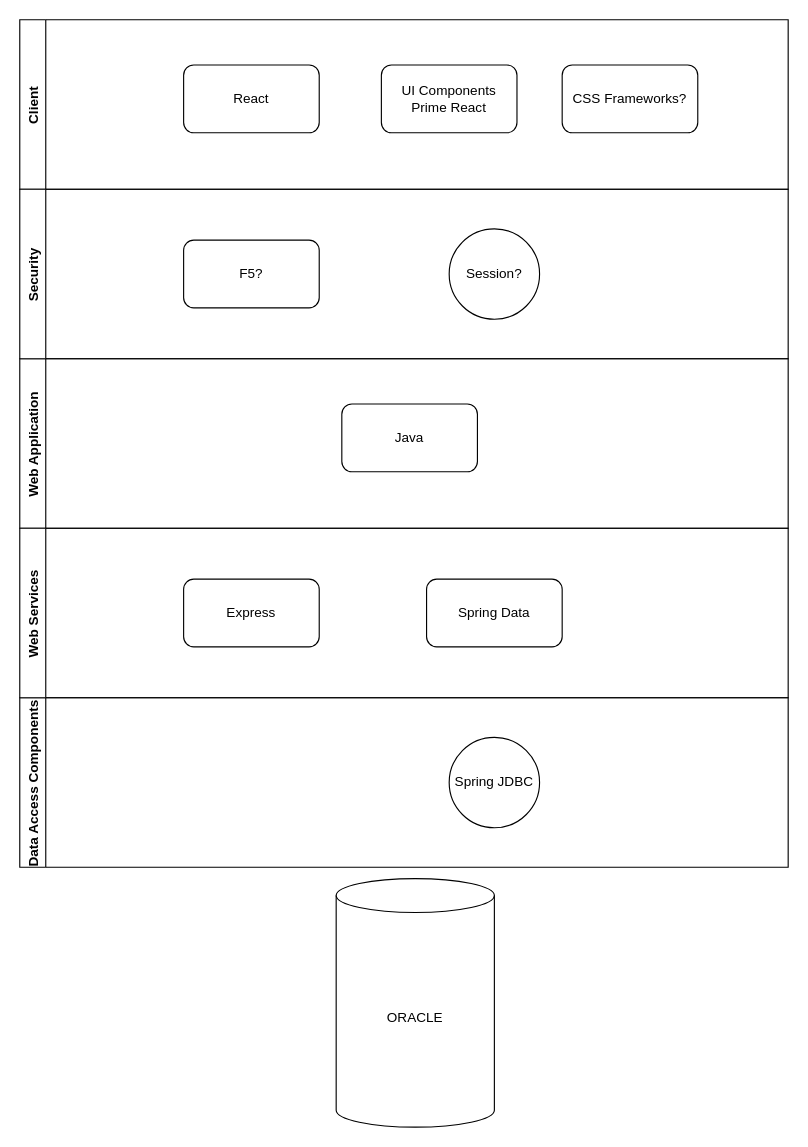
Above: page "Current" (1 of 4) of Tech Stack Options.drawio in ntimkovich/UAB-II-Diagrams (draw.io), before the change. Source tidied: cells renumbered, new cells numbered last; positions are measured from the earlier drawing's top-left corner, leaving out a move shared by most shapes. Both pictures are drawn from the tidied source at 113%, with x=0, y=0 at pixel (19, 19).
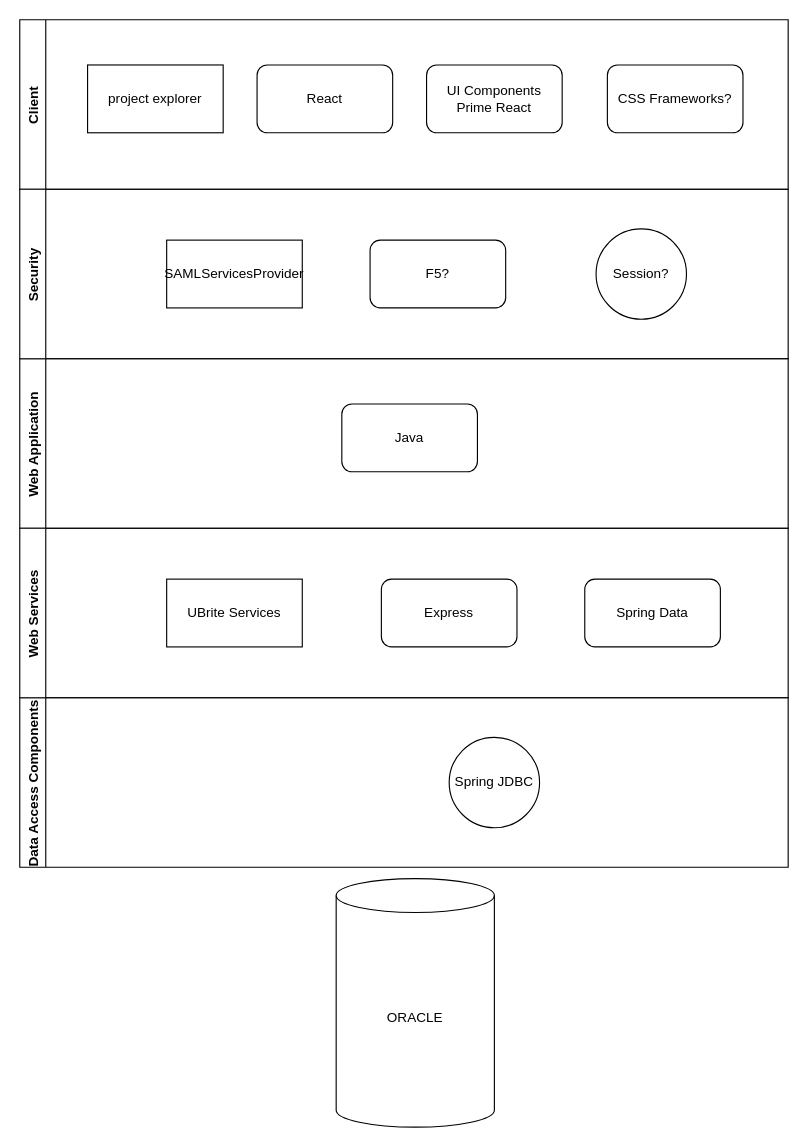
The same diagram, later.

Change to the diagram source:
```diff
@@
 <mxGraphModel>
   <root>
     <mxCell id="0" />
     <mxCell id="1" parent="0" />
     <mxCell id="2" value="ORACLE" style="shape=cylinder3;whiteSpace=wrap;html=1;boundedLbl=1;backgroundOutline=1;size=15;" parent="1" vertex="1">
       <mxGeometry x="280" y="760" width="140" height="220" as="geometry" />
     </mxCell>
     <mxCell id="3" value="Data Access Components" style="swimlane;horizontal=0;" parent="1" vertex="1">
       <mxGeometry y="600" width="680" height="150" as="geometry" />
     </mxCell>
     <mxCell id="4" value="Spring JDBC" style="ellipse;whiteSpace=wrap;html=1;" parent="3" vertex="1">
       <mxGeometry x="380" y="35" width="80" height="80" as="geometry" />
     </mxCell>
     <mxCell id="5" value="Web Application" style="swimlane;horizontal=0;" parent="1" vertex="1">
       <mxGeometry y="300" width="680" height="150" as="geometry" />
     </mxCell>
     <mxCell id="6" value="Java" style="rounded=1;whiteSpace=wrap;html=1;" parent="5" vertex="1">
       <mxGeometry x="285" y="40" width="120" height="60" as="geometry" />
     </mxCell>
     <mxCell id="7" value="Client" style="swimlane;horizontal=0;startSize=23;" parent="1" vertex="1">
       <mxGeometry width="680" height="150" as="geometry" />
     </mxCell>
     <mxCell id="8" value="React" style="rounded=1;whiteSpace=wrap;html=1;" parent="7" vertex="1">
-      <mxGeometry x="145" y="40" width="120" height="60" as="geometry" />
+      <mxGeometry x="210" y="40" width="120" height="60" as="geometry" />
     </mxCell>
     <mxCell id="9" value="CSS Frameworks?" style="rounded=1;whiteSpace=wrap;html=1;" parent="7" vertex="1">
-      <mxGeometry x="480" y="40" width="120" height="60" as="geometry" />
+      <mxGeometry x="520" y="40" width="120" height="60" as="geometry" />
     </mxCell>
     <mxCell id="10" value="UI Components&lt;br&gt;Prime React" style="rounded=1;whiteSpace=wrap;html=1;" parent="7" vertex="1">
-      <mxGeometry x="320" y="40" width="120" height="60" as="geometry" />
+      <mxGeometry x="360" y="40" width="120" height="60" as="geometry" />
     </mxCell>
+    <mxCell id="17" value="project explorer" style="rounded=0;whiteSpace=wrap;html=1;" parent="7" vertex="1">
+      <mxGeometry x="60" y="40" width="120" height="60" as="geometry" />
+    </mxCell>
     <mxCell id="11" value="Security" style="swimlane;horizontal=0;" parent="1" vertex="1">
       <mxGeometry y="150" width="680" height="150" as="geometry" />
     </mxCell>
     <mxCell id="12" value="F5?" style="rounded=1;whiteSpace=wrap;html=1;" parent="11" vertex="1">
-      <mxGeometry x="145" y="45" width="120" height="60" as="geometry" />
+      <mxGeometry x="310" y="45" width="120" height="60" as="geometry" />
     </mxCell>
     <mxCell id="13" value="Session?" style="ellipse;whiteSpace=wrap;html=1;" parent="11" vertex="1">
-      <mxGeometry x="380" y="35" width="80" height="80" as="geometry" />
+      <mxGeometry x="510" y="35" width="80" height="80" as="geometry" />
     </mxCell>
+    <mxCell id="18" value="SAMLServicesProvider" style="rounded=0;whiteSpace=wrap;html=1;" parent="11" vertex="1">
+      <mxGeometry x="130" y="45" width="120" height="60" as="geometry" />
+    </mxCell>
     <mxCell id="14" value="Web Services" style="swimlane;horizontal=0;" parent="1" vertex="1">
       <mxGeometry y="450" width="680" height="150" as="geometry" />
     </mxCell>
     <mxCell id="15" value="Express" style="rounded=1;whiteSpace=wrap;html=1;" parent="14" vertex="1">
-      <mxGeometry x="145" y="45" width="120" height="60" as="geometry" />
+      <mxGeometry x="320" y="45" width="120" height="60" as="geometry" />
     </mxCell>
     <mxCell id="16" value="Spring Data" style="rounded=1;whiteSpace=wrap;html=1;" parent="14" vertex="1">
-      <mxGeometry x="360" y="45" width="120" height="60" as="geometry" />
+      <mxGeometry x="500" y="45" width="120" height="60" as="geometry" />
     </mxCell>
+    <mxCell id="19" value="UBrite Services" style="rounded=0;whiteSpace=wrap;html=1;" parent="14" vertex="1">
+      <mxGeometry x="130" y="45" width="120" height="60" as="geometry" />
+    </mxCell>
   </root>
 </mxGraphModel>
```
